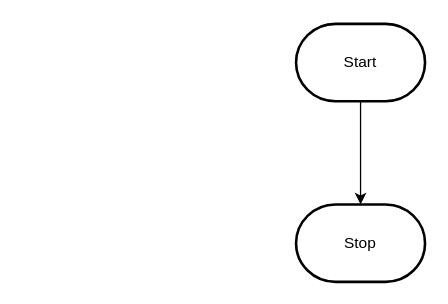
Before: design/flowchart.drawio in MTHS-TEJ2O-1-2023/TEJ2O-Unit-5-07-sophie-nguyen-0, a draw.io diagram. Source tidied: cells renumbered, new cells numbered last; positions are measured from the earlier drawing's top-left corner, leaving out a move shared by most shapes. Both pictures are drawn from the tidied source at 129%, with x=0, y=0 at pixel (295, 23).
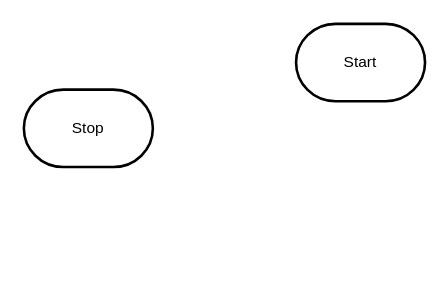
After the change.

What changed in the source:
```diff
@@
 <mxGraphModel>
   <root>
     <mxCell id="0" />
     <mxCell id="1" parent="0" />
-    <mxCell id="2" style="edgeStyle=orthogonalEdgeStyle;html=1;rounded=0;" parent="1" edge="1" source="3" target="4">
-      <mxGeometry relative="1" as="geometry" />
-    </mxCell>
     <mxCell id="3" value="Start" style="strokeWidth=2;html=1;shape=mxgraph.flowchart.terminator;whiteSpace=wrap;" parent="1" vertex="1">
       <mxGeometry width="100" height="60" as="geometry" />
     </mxCell>
     <mxCell id="4" value="Stop" style="strokeWidth=2;html=1;shape=mxgraph.flowchart.terminator;whiteSpace=wrap;" parent="1" vertex="1">
-      <mxGeometry y="140" width="100" height="60" as="geometry" />
+      <mxGeometry x="-211" y="51" width="100" height="60" as="geometry" />
     </mxCell>
   </root>
 </mxGraphModel>
```
